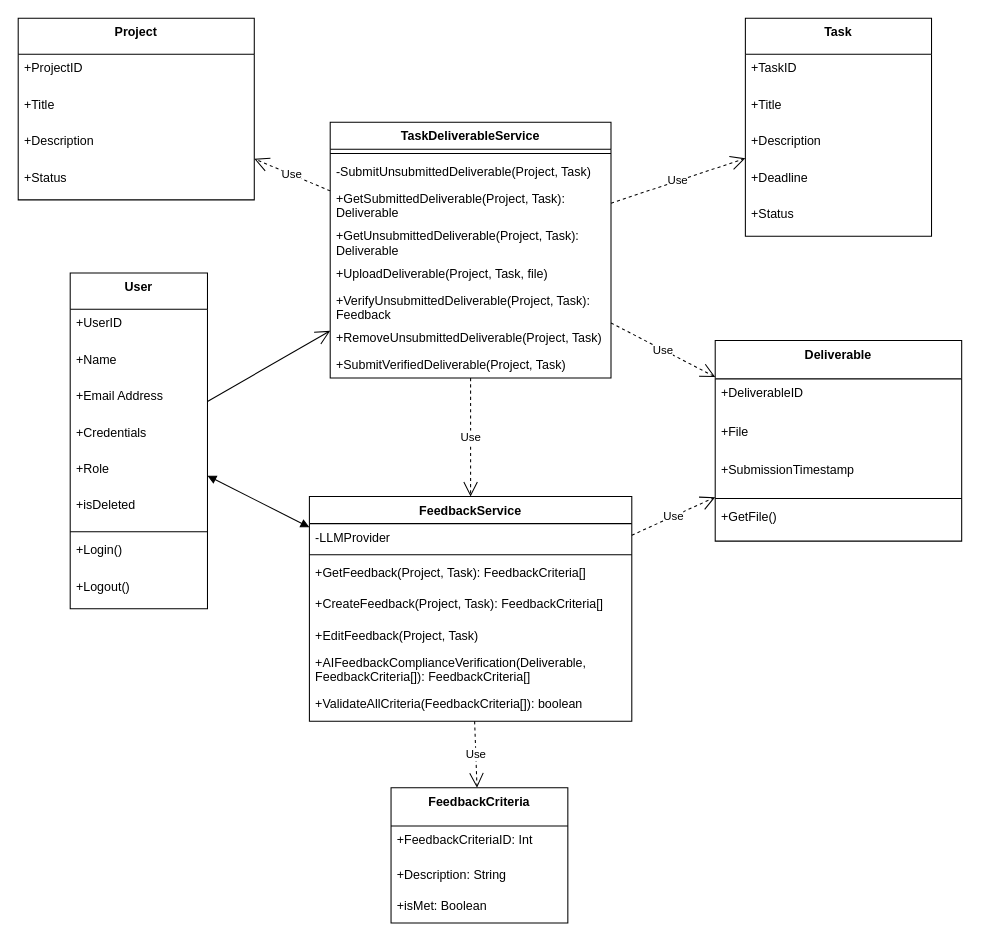
This is UML/Class Diagrams/TaskDeliverableService Class Diagram.drawio from Beginner50/Dissertation, a draw.io file, before an edit. Source tidied: cells renumbered, new cells numbered last; positions are measured from the earlier drawing's top-left corner, leaving out a move shared by most shapes. Both pictures are drawn from the tidied source at 104%, with x=0, y=0 at pixel (18, 18).
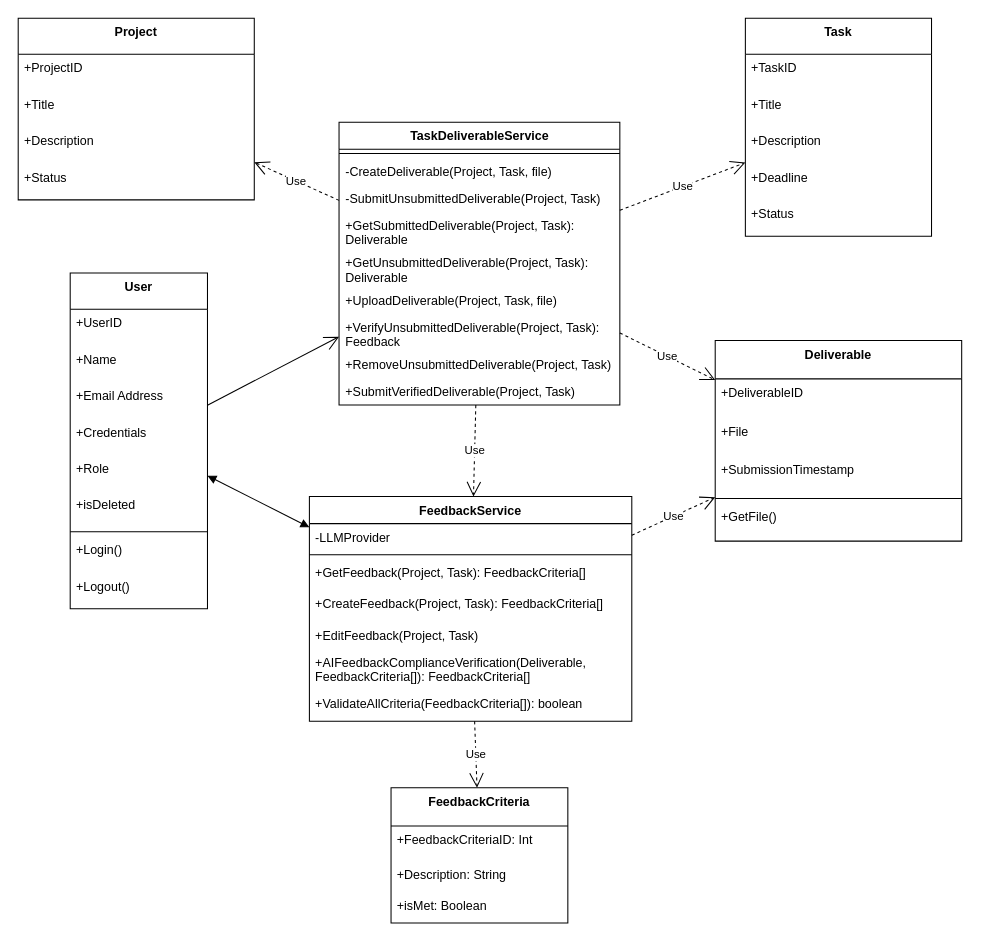
Above is the later version.

Change to the diagram source:
```diff
@@
     <mxCell id="16" value="TaskDeliverableService" style="swimlane;fontStyle=1;align=center;verticalAlign=top;horizontal=1;startSize=26;whiteSpace=wrap;html=1;" parent="1" vertex="1">
-      <mxGeometry x="300" y="100" width="270" height="246" as="geometry" />
+      <mxGeometry x="308.5" y="100" width="270" height="272" as="geometry" />
     </mxCell>
@@
+    <mxCell id="58" value="-CreateDeliverable(Project, Task, file)&amp;nbsp;" style="text;strokeColor=none;fillColor=none;align=left;verticalAlign=top;spacingLeft=4;spacingRight=4;overflow=hidden;whiteSpace=wrap;html=1;" parent="16" vertex="1">
+      <mxGeometry y="34" width="270" height="26" as="geometry" />
+    </mxCell>
     <mxCell id="18" value="-SubmitUnsubmittedDeliverable(Project, Task)&amp;nbsp;" style="text;strokeColor=none;fillColor=none;align=left;verticalAlign=top;spacingLeft=4;spacingRight=4;overflow=hidden;whiteSpace=wrap;html=1;" parent="16" vertex="1">
-      <mxGeometry y="34" width="270" height="26" as="geometry" />
+      <mxGeometry y="60" width="270" height="26" as="geometry" />
     </mxCell>
     <mxCell id="19" value="+GetSubmittedDeliverable(Project, Task): Deliverable" style="text;strokeColor=none;fillColor=none;align=left;verticalAlign=top;spacingLeft=4;spacingRight=4;overflow=hidden;whiteSpace=wrap;html=1;" parent="16" vertex="1">
-      <mxGeometry y="60" width="270" height="36" as="geometry" />
+      <mxGeometry y="86" width="270" height="36" as="geometry" />
     </mxCell>
     <mxCell id="20" value="+GetUnsubmittedDeliverable(Project, Task): Deliverable" style="text;strokeColor=none;fillColor=none;align=left;verticalAlign=top;spacingLeft=4;spacingRight=4;overflow=hidden;whiteSpace=wrap;html=1;" parent="16" vertex="1">
-      <mxGeometry y="96" width="270" height="36" as="geometry" />
+      <mxGeometry y="122" width="270" height="36" as="geometry" />
     </mxCell>
     <mxCell id="21" value="+UploadDeliverable(Project, Task, file)&amp;nbsp;" style="text;strokeColor=none;fillColor=none;align=left;verticalAlign=top;spacingLeft=4;spacingRight=4;overflow=hidden;whiteSpace=wrap;html=1;" parent="16" vertex="1">
-      <mxGeometry y="132" width="270" height="26" as="geometry" />
+      <mxGeometry y="158" width="270" height="26" as="geometry" />
     </mxCell>
     <mxCell id="22" value="+VerifyUnsubmittedDeliverable(Project, Task): Feedback" style="text;strokeColor=none;fillColor=none;align=left;verticalAlign=top;spacingLeft=4;spacingRight=4;overflow=hidden;whiteSpace=wrap;html=1;" parent="16" vertex="1">
-      <mxGeometry y="158" width="270" height="36" as="geometry" />
+      <mxGeometry y="184" width="270" height="36" as="geometry" />
     </mxCell>
     <mxCell id="23" value="+RemoveUnsubmittedDeliverable(Project, Task)&amp;nbsp;" style="text;strokeColor=none;fillColor=none;align=left;verticalAlign=top;spacingLeft=4;spacingRight=4;overflow=hidden;whiteSpace=wrap;html=1;" parent="16" vertex="1">
-      <mxGeometry y="194" width="270" height="26" as="geometry" />
+      <mxGeometry y="220" width="270" height="26" as="geometry" />
     </mxCell>
     <mxCell id="24" value="+SubmitVerifiedDeliverable(Project, Task)&amp;nbsp;" style="text;strokeColor=none;fillColor=none;align=left;verticalAlign=top;spacingLeft=4;spacingRight=4;overflow=hidden;whiteSpace=wrap;html=1;" parent="16" vertex="1">
-      <mxGeometry y="220" width="270" height="26" as="geometry" />
+      <mxGeometry y="246" width="270" height="26" as="geometry" />
     </mxCell>
```
